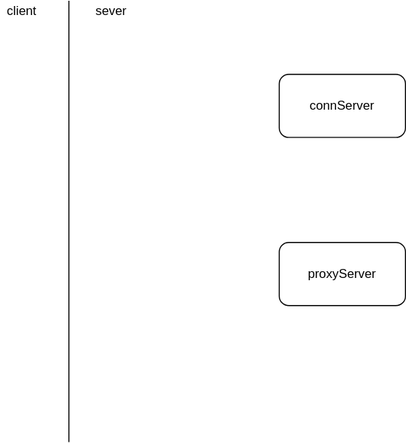
Earlier version of the draw.io export tc_逻辑架构.svg (c17abab/diag_pics). Source tidied: cells renumbered, new cells last; positions are measured from the earlier drawing's top-left corner, leaving out a move shared by most shapes.
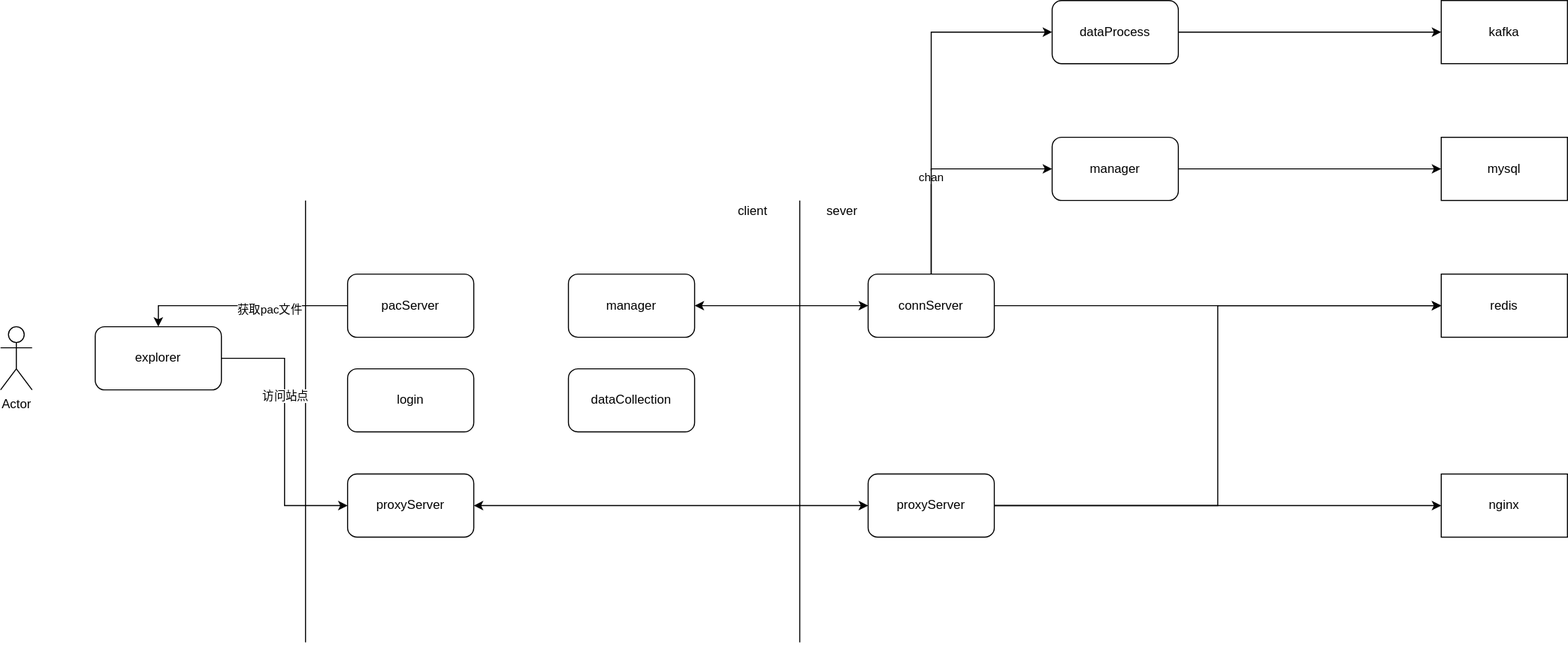
Later version of the same file.

Commit message:
更新tc_逻辑架构.svg

What changed in the source:
```diff
@@ -2,8 +2,20 @@
   <root>
     <mxCell id="0" />
     <mxCell id="1" parent="0" />
+    <mxCell id="7" style="edgeStyle=orthogonalEdgeStyle;rounded=0;jettySize=auto;html=1;exitX=1;exitY=0.5;exitDx=0;exitDy=0;" parent="1" edge="1" source="2" target="13">
+      <mxGeometry relative="1" as="geometry" />
+    </mxCell>
+    <mxCell id="8" style="edgeStyle=orthogonalEdgeStyle;rounded=0;jettySize=auto;html=1;exitX=0.5;exitY=0;exitDx=0;exitDy=0;entryX=0;entryY=0.5;entryDx=0;entryDy=0;startArrow=none;startFill=0;" parent="1" edge="1" source="2" target="32">
+      <mxGeometry relative="1" as="geometry" />
+    </mxCell>
+    <mxCell id="9" value="chan" style="edgeLabel;html=1;align=center;verticalAlign=middle;" parent="8" vertex="1">
+      <mxGeometry x="-0.46" y="1" relative="1" as="geometry" />
+    </mxCell>
+    <mxCell id="10" style="edgeStyle=orthogonalEdgeStyle;rounded=0;jettySize=auto;html=1;exitX=0.5;exitY=0;exitDx=0;exitDy=0;entryX=0;entryY=0.5;entryDx=0;entryDy=0;startArrow=none;startFill=0;" parent="1" edge="1" source="2" target="34">
+      <mxGeometry relative="1" as="geometry" />
+    </mxCell>
     <mxCell id="2" value="connServer" style="rounded=1;whiteSpace=wrap;html=1;" parent="1" vertex="1">
-      <mxGeometry x="265" y="70" width="120" height="60" as="geometry" />
+      <mxGeometry x="130" y="70" width="120" height="60" as="geometry" />
     </mxCell>
     <mxCell id="3" style="endArrow=none;html=1;" parent="1" edge="1">
       <mxGeometry relative="1" as="geometry">
@@ -17,8 +29,83 @@
     <mxCell id="5" value="client" style="text;html=1;align=center;verticalAlign=middle;fillColor=none;strokeColor=none;rounded=0;" parent="1" vertex="1">
       <mxGeometry width="40" height="20" as="geometry" />
     </mxCell>
+    <mxCell id="11" style="edgeStyle=orthogonalEdgeStyle;rounded=0;jettySize=auto;html=1;exitX=1;exitY=0.5;exitDx=0;exitDy=0;entryX=0;entryY=0.5;entryDx=0;entryDy=0;" parent="1" edge="1" source="6" target="13">
+      <mxGeometry relative="1" as="geometry" />
+    </mxCell>
+    <mxCell id="12" style="edgeStyle=orthogonalEdgeStyle;rounded=0;jettySize=auto;html=1;exitX=1;exitY=0.5;exitDx=0;exitDy=0;" parent="1" edge="1" source="6" target="14">
+      <mxGeometry relative="1" as="geometry" />
+    </mxCell>
     <mxCell id="6" value="proxyServer" style="rounded=1;whiteSpace=wrap;html=1;" parent="1" vertex="1">
-      <mxGeometry x="265" y="230" width="120" height="60" as="geometry" />
+      <mxGeometry x="130" y="260" width="120" height="60" as="geometry" />
     </mxCell>
+    <mxCell id="13" value="redis" style="rounded=0;whiteSpace=wrap;html=1;" parent="1" vertex="1">
+      <mxGeometry x="675" y="70" width="120" height="60" as="geometry" />
+    </mxCell>
+    <mxCell id="14" value="nginx" style="rounded=0;whiteSpace=wrap;html=1;" parent="1" vertex="1">
+      <mxGeometry x="675" y="260" width="120" height="60" as="geometry" />
+    </mxCell>
+    <mxCell id="15" style="edgeStyle=orthogonalEdgeStyle;rounded=0;jettySize=auto;html=1;exitX=0;exitY=0.5;exitDx=0;exitDy=0;entryX=0.5;entryY=0;entryDx=0;entryDy=0;" parent="1" edge="1" source="17" target="24">
+      <mxGeometry relative="1" as="geometry" />
+    </mxCell>
+    <mxCell id="16" value="获取pac文件" style="edgeLabel;html=1;align=center;verticalAlign=middle;" parent="15" vertex="1">
+      <mxGeometry x="-0.26" y="3" relative="1" as="geometry" />
+    </mxCell>
+    <mxCell id="17" value="pacServer" style="rounded=1;whiteSpace=wrap;html=1;" parent="1" vertex="1">
+      <mxGeometry x="-365" y="70" width="120" height="60" as="geometry" />
+    </mxCell>
+    <mxCell id="18" style="edgeStyle=orthogonalEdgeStyle;rounded=0;jettySize=auto;html=1;entryX=0;entryY=0.5;entryDx=0;entryDy=0;startArrow=classic;startFill=1;" parent="1" edge="1" source="19" target="6">
+      <mxGeometry relative="1" as="geometry" />
+    </mxCell>
+    <mxCell id="19" value="proxyServer" style="rounded=1;whiteSpace=wrap;html=1;" parent="1" vertex="1">
+      <mxGeometry x="-365" y="260" width="120" height="60" as="geometry" />
+    </mxCell>
+    <mxCell id="20" style="endArrow=none;html=1;" parent="1" edge="1">
+      <mxGeometry relative="1" as="geometry">
+        <mxPoint x="-405" y="420" as="sourcePoint" />
+        <mxPoint x="-405" as="targetPoint" />
+      </mxGeometry>
+    </mxCell>
+    <mxCell id="21" value="Actor" style="shape=umlActor;verticalLabelPosition=bottom;verticalAlign=top;html=1;" parent="1" vertex="1">
+      <mxGeometry x="-695" y="120" width="30" height="60" as="geometry" />
+    </mxCell>
+    <mxCell id="22" style="edgeStyle=orthogonalEdgeStyle;rounded=0;jettySize=auto;html=1;exitX=1;exitY=0.5;exitDx=0;exitDy=0;entryX=0;entryY=0.5;entryDx=0;entryDy=0;" parent="1" edge="1" source="24" target="19">
+      <mxGeometry relative="1" as="geometry" />
+    </mxCell>
+    <mxCell id="23" value="访问站点" style="edgeLabel;html=1;align=center;verticalAlign=middle;" parent="22" vertex="1">
+      <mxGeometry x="-0.27" relative="1" as="geometry" />
+    </mxCell>
+    <mxCell id="24" value="explorer" style="rounded=1;whiteSpace=wrap;html=1;" parent="1" vertex="1">
+      <mxGeometry x="-605" y="120" width="120" height="60" as="geometry" />
+    </mxCell>
+    <mxCell id="25" value="login" style="rounded=1;whiteSpace=wrap;html=1;" parent="1" vertex="1">
+      <mxGeometry x="-365" y="160" width="120" height="60" as="geometry" />
+    </mxCell>
+    <mxCell id="26" style="edgeStyle=orthogonalEdgeStyle;rounded=0;jettySize=auto;html=1;startArrow=classic;startFill=1;" parent="1" edge="1" source="27" target="2">
+      <mxGeometry relative="1" as="geometry" />
+    </mxCell>
+    <mxCell id="27" value="manager" style="rounded=1;whiteSpace=wrap;html=1;" parent="1" vertex="1">
+      <mxGeometry x="-155" y="70" width="120" height="60" as="geometry" />
+    </mxCell>
+    <mxCell id="28" value="dataCollection" style="rounded=1;whiteSpace=wrap;html=1;" parent="1" vertex="1">
+      <mxGeometry x="-155" y="160" width="120" height="60" as="geometry" />
+    </mxCell>
+    <mxCell id="29" value="mysql" style="rounded=0;whiteSpace=wrap;html=1;" parent="1" vertex="1">
+      <mxGeometry x="675" y="-60" width="120" height="60" as="geometry" />
+    </mxCell>
+    <mxCell id="30" value="kafka" style="rounded=0;whiteSpace=wrap;html=1;" parent="1" vertex="1">
+      <mxGeometry x="675" y="-190" width="120" height="60" as="geometry" />
+    </mxCell>
+    <mxCell id="31" style="edgeStyle=orthogonalEdgeStyle;rounded=0;jettySize=auto;html=1;entryX=0;entryY=0.5;entryDx=0;entryDy=0;startArrow=none;startFill=0;" parent="1" edge="1" source="32" target="30">
+      <mxGeometry relative="1" as="geometry" />
+    </mxCell>
+    <mxCell id="32" value="dataProcess" style="rounded=1;whiteSpace=wrap;html=1;" parent="1" vertex="1">
+      <mxGeometry x="305" y="-190" width="120" height="60" as="geometry" />
+    </mxCell>
+    <mxCell id="33" style="edgeStyle=orthogonalEdgeStyle;rounded=0;jettySize=auto;html=1;exitX=1;exitY=0.5;exitDx=0;exitDy=0;entryX=0;entryY=0.5;entryDx=0;entryDy=0;startArrow=none;startFill=0;" parent="1" edge="1" source="34" target="29">
+      <mxGeometry relative="1" as="geometry" />
+    </mxCell>
+    <mxCell id="34" value="manager" style="rounded=1;whiteSpace=wrap;html=1;" parent="1" vertex="1">
+      <mxGeometry x="305" y="-60" width="120" height="60" as="geometry" />
+    </mxCell>
   </root>
 </mxGraphModel>
```
